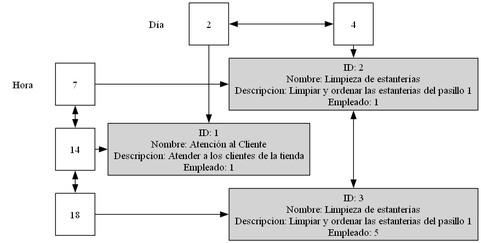
This is reportes/matrizDispersa.png from MarceJua/IPC2_ProyectoVJ2024_14, a Graphviz export, as it was before one commit. Its source is kept beside it as reportesdot/matrizDispersa.dot.
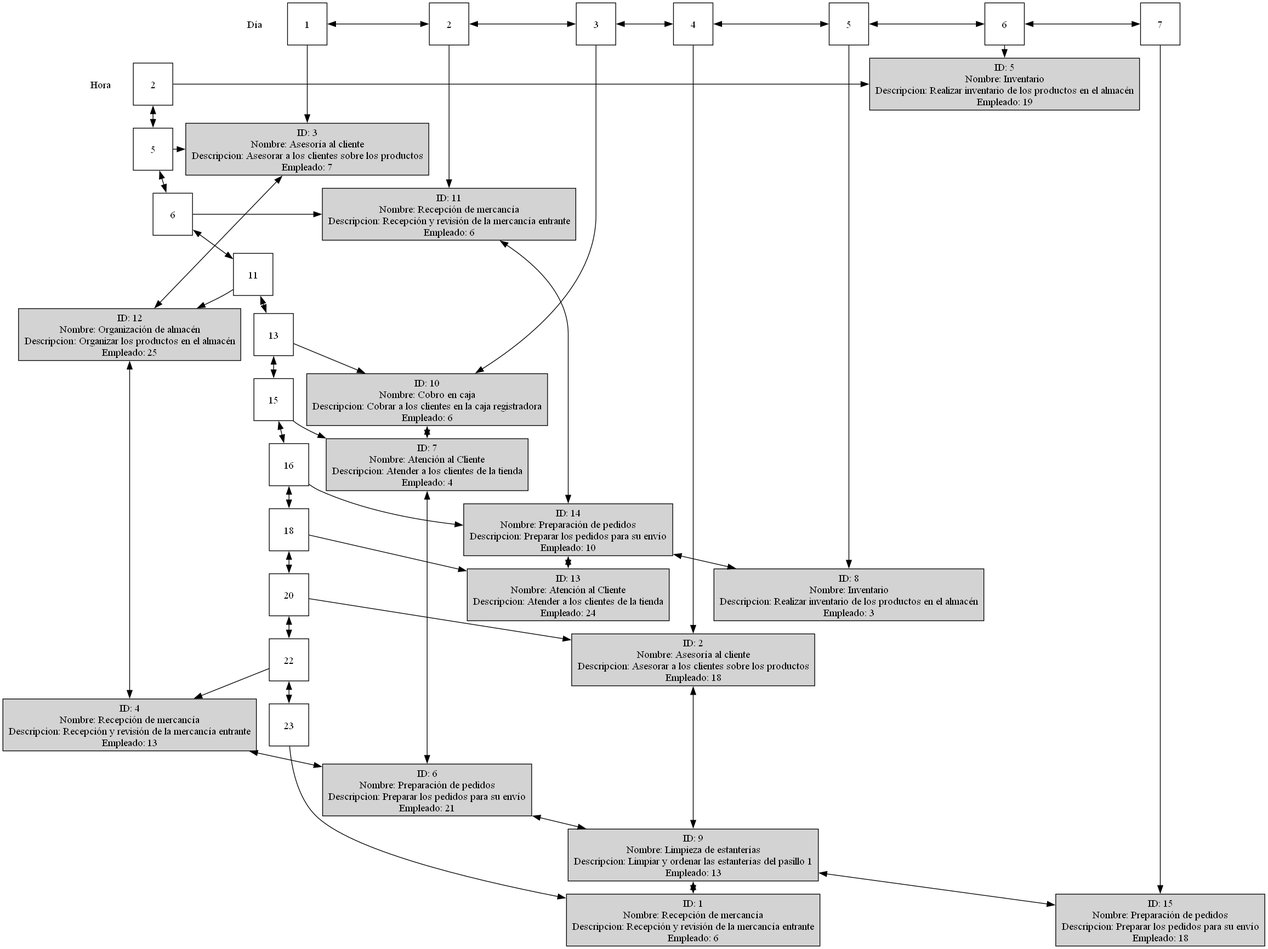
The same diagram one commit later.

The edit, as a diff of the source:
```diff
@@ -4,29 +4,99 @@
         node [shape=box, height=0.8];
 	Dia [label="Día", shape=plaintext, group=1, style="", fontsize=14];
 	Hora [label="Hora", shape=plaintext, group=0, style="", fontsize=14];
-	Columna7[style="filled" label="7" fillcolor="white" group=0];
-	Columna14[style="filled" label="14" fillcolor="white" group=0];
+	Columna2[style="filled" label="2" fillcolor="white" group=0];
+	Columna5[style="filled" label="5" fillcolor="white" group=0];
+	Columna6[style="filled" label="6" fillcolor="white" group=0];
+	Columna11[style="filled" label="11" fillcolor="white" group=0];
+	Columna13[style="filled" label="13" fillcolor="white" group=0];
+	Columna15[style="filled" label="15" fillcolor="white" group=0];
+	Columna16[style="filled" label="16" fillcolor="white" group=0];
 	Columna18[style="filled" label="18" fillcolor="white" group=0];
+	Columna20[style="filled" label="20" fillcolor="white" group=0];
+	Columna22[style="filled" label="22" fillcolor="white" group=0];
+	Columna23[style="filled" label="23" fillcolor="white" group=0];
 edge[dir="both"];
-	Columna7 -> Columna14;
-	Columna14 -> Columna18;
+	Columna2 -> Columna5;
+	Columna5 -> Columna6;
+	Columna6 -> Columna11;
+	Columna11 -> Columna13;
+	Columna13 -> Columna15;
+	Columna15 -> Columna16;
+	Columna16 -> Columna18;
+	Columna18 -> Columna20;
+	Columna20 -> Columna22;
+	Columna22 -> Columna23;
 edge[dir="both"]
-	Fila2 -> NodoF2_C14[dir=""];
-	Fila4 -> NodoF4_C7[dir=""];
-	NodoF4_C7 -> NodoF4_C18;
+	Fila1 -> NodoF1_C5[dir=""];
+	NodoF1_C5 -> NodoF1_C11;
+	NodoF1_C11 -> NodoF1_C22;
+	Fila2 -> NodoF2_C6[dir=""];
+	NodoF2_C6 -> NodoF2_C16;
+	NodoF2_C16 -> NodoF2_C18;
+	Fila3 -> NodoF3_C13[dir=""];
+	NodoF3_C13 -> NodoF3_C15;
+	NodoF3_C15 -> NodoF3_C22;
+	Fila4 -> NodoF4_C20[dir=""];
+	NodoF4_C20 -> NodoF4_C22;
+	NodoF4_C22 -> NodoF4_C23;
+	Fila5 -> NodoF5_C16[dir=""];
+	Fila6 -> NodoF6_C2[dir=""];
+	Fila7 -> NodoF7_C22[dir=""];
+	Fila1[style="filled" label="1" fillcolor="white" group=1];
 	Fila2[style="filled" label="2" fillcolor="white" group=2];
+	Fila3[style="filled" label="3" fillcolor="white" group=3];
 	Fila4[style="filled" label="4" fillcolor="white" group=4];
-Fila2 -> Fila4;
+	Fila5[style="filled" label="5" fillcolor="white" group=5];
+	Fila6[style="filled" label="6" fillcolor="white" group=6];
+	Fila7[style="filled" label="7" fillcolor="white" group=7];
+Fila1 -> Fila2;
+Fila2 -> Fila3;
+Fila3 -> Fila4;
+Fila4 -> Fila5;
+Fila5 -> Fila6;
+Fila6 -> Fila7;
 
-	{{rank=same; Fila2; Fila4; }}
-	NodoF4_C7[style="filled" label="ID: 2\nNombre: Limpieza de estanterías\nDescripcion: Limpiar y ordenar las estanterias del pasillo 1\nEmpleado: 1" group=4];
-	Columna7 -> NodoF4_C7[dir=""];
-	NodoF2_C14[style="filled" label="ID: 1\nNombre: Atención al Cliente\nDescripcion: Atender a los clientes de la tienda\nEmpleado: 1" group=2];
-	Columna14 -> NodoF2_C14[dir=""];
-	NodoF4_C18[style="filled" label="ID: 3\nNombre: Limpieza de estanterías\nDescripcion: Limpiar y ordenar las estanterias del pasillo 1\nEmpleado: 5" group=4];
-	Columna18 -> NodoF4_C18[dir=""];
-	{ rank=same; Hora;	{ rank=same; Columna7; NodoF4_C7; }}
-	{ rank=same; Columna14; NodoF2_C14; }}
-	{ rank=same; Columna18; NodoF4_C18; }}
+	{{rank=same; Fila1; Fila2; Fila3; Fila4; Fila5; Fila6; Fila7; }}
+	NodoF6_C2[style="filled" label="ID: 5\nNombre: Inventario\nDescripcion: Realizar inventario de los productos en el almacén\nEmpleado: 19" group=6];
+	Columna2 -> NodoF6_C2[dir=""];
+	NodoF1_C5[style="filled" label="ID: 3\nNombre: Asesoría al cliente\nDescripcion: Asesorar a los clientes sobre los productos\nEmpleado: 7" group=1];
+	Columna5 -> NodoF1_C5[dir=""];
+	NodoF2_C6[style="filled" label="ID: 11\nNombre: Recepción de mercancía\nDescripcion: Recepción y revisión de la mercancía entrante\nEmpleado: 6" group=2];
+	Columna6 -> NodoF2_C6[dir=""];
+	NodoF1_C11[style="filled" label="ID: 12\nNombre: Organización de almacén\nDescripcion: Organizar los productos en el almacén\nEmpleado: 25" group=1];
+	Columna11 -> NodoF1_C11[dir=""];
+	NodoF3_C13[style="filled" label="ID: 10\nNombre: Cobro en caja\nDescripcion: Cobrar a los clientes en la caja registradora\nEmpleado: 6" group=3];
+	Columna13 -> NodoF3_C13[dir=""];
+	NodoF3_C15[style="filled" label="ID: 7\nNombre: Atención al Cliente\nDescripcion: Atender a los clientes de la tienda\nEmpleado: 4" group=3];
+	Columna15 -> NodoF3_C15[dir=""];
+	NodoF2_C16[style="filled" label="ID: 14\nNombre: Preparación de pedidos\nDescripcion: Preparar los pedidos para su envío\nEmpleado: 10" group=2];
+	Columna16 -> NodoF2_C16[dir=""];
+	NodoF2_C16 -> NodoF5_C16;
+	NodoF5_C16[style="filled" label="ID: 8\nNombre: Inventario\nDescripcion: Realizar inventario de los productos en el almacén\nEmpleado: 3" group=5];
+	NodoF2_C18[style="filled" label="ID: 13\nNombre: Atención al Cliente\nDescripcion: Atender a los clientes de la tienda\nEmpleado: 24" group=2];
+	Columna18 -> NodoF2_C18[dir=""];
+	NodoF4_C20[style="filled" label="ID: 2\nNombre: Asesoría al cliente\nDescripcion: Asesorar a los clientes sobre los productos\nEmpleado: 18" group=4];
+	Columna20 -> NodoF4_C20[dir=""];
+	NodoF1_C22[style="filled" label="ID: 4\nNombre: Recepción de mercancía\nDescripcion: Recepción y revisión de la mercancía entrante\nEmpleado: 13" group=1];
+	Columna22 -> NodoF1_C22[dir=""];
+	NodoF1_C22 -> NodoF3_C22;
+	NodoF3_C22[style="filled" label="ID: 6\nNombre: Preparación de pedidos\nDescripcion: Preparar los pedidos para su envío\nEmpleado: 21" group=3];
+	NodoF3_C22 -> NodoF4_C22;
+	NodoF4_C22[style="filled" label="ID: 9\nNombre: Limpieza de estanterías\nDescripcion: Limpiar y ordenar las estanterías del pasillo 1\nEmpleado: 13" group=4];
+	NodoF4_C22 -> NodoF7_C22;
+	NodoF7_C22[style="filled" label="ID: 15\nNombre: Preparación de pedidos\nDescripcion: Preparar los pedidos para su envío\nEmpleado: 18" group=7];
+	NodoF4_C23[style="filled" label="ID: 1\nNombre: Recepción de mercancía\nDescripcion: Recepción y revisión de la mercancía entrante\nEmpleado: 6" group=4];
+	Columna23 -> NodoF4_C23[dir=""];
+	{ rank=same; Hora;	{ rank=same; Columna2; NodoF6_C2; }}
+	{ rank=same; Columna5; NodoF1_C5; }}
+	{ rank=same; Columna6; NodoF2_C6; }}
+	{ rank=same; Columna11; NodoF1_C11; }}
+	{ rank=same; Columna13; NodoF3_C13; }}
+	{ rank=same; Columna15; NodoF3_C15; }}
+	{ rank=same; Columna16; NodoF2_C16; NodoF5_C16; }}
+	{ rank=same; Columna18; NodoF2_C18; }}
+	{ rank=same; Columna20; NodoF4_C20; }}
+	{ rank=same; Columna22; NodoF1_C22; NodoF3_C22; NodoF4_C22; NodoF7_C22; }}
+	{ rank=same; Columna23; NodoF4_C23; }}
 
 }}
```
